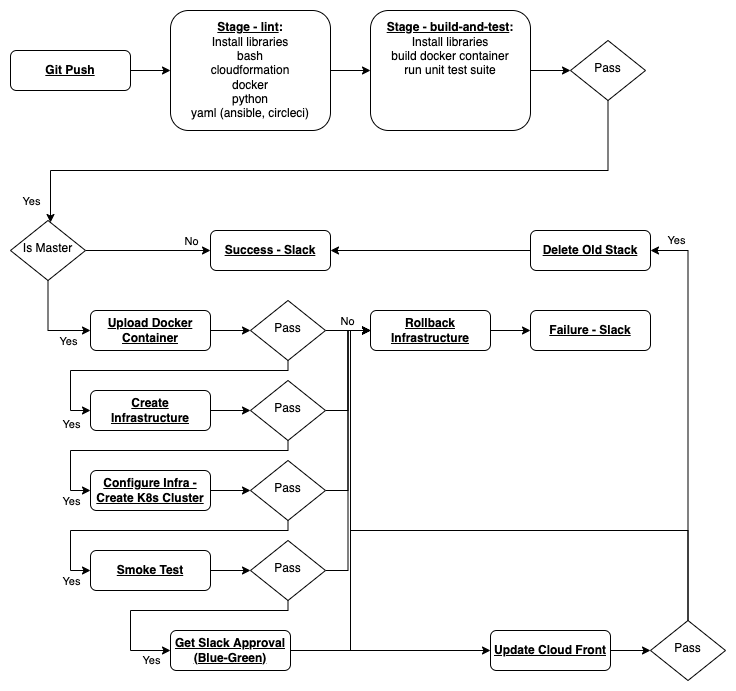
This is docs/pipeline.png from johnnynguyen541/webscraper-devops, a draw.io export, as it was before one commit. Source tidied: cells renumbered, new cells last; positions are measured from the earlier drawing's top-left corner, leaving out a move shared by most shapes.
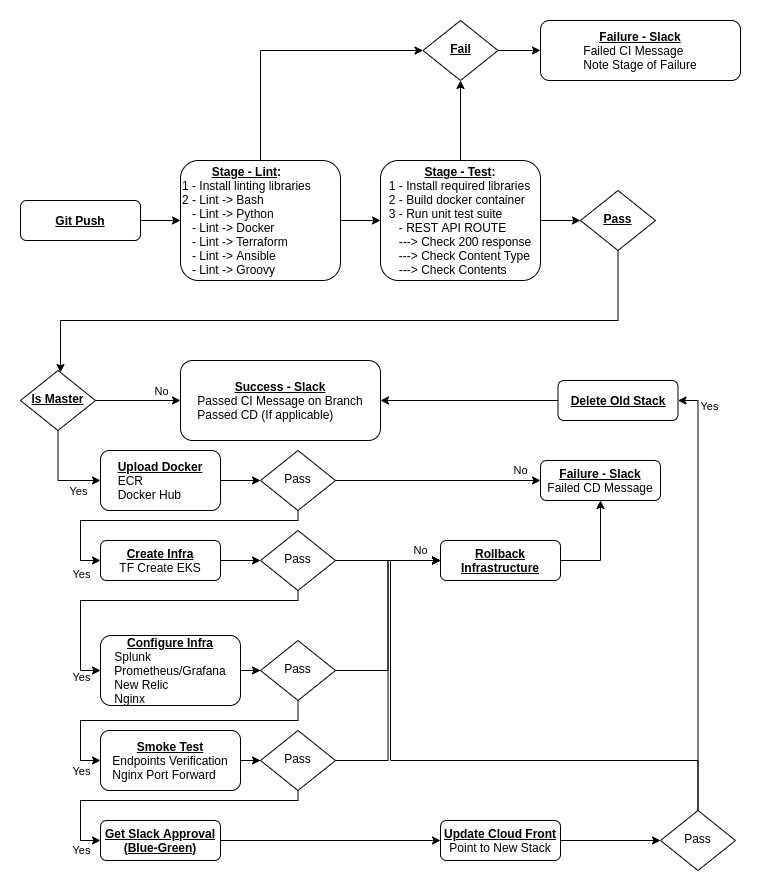
After the commit.

Change to the diagram source:
```diff
@@ -11,19 +11,29 @@
     <mxCell id="4" style="edgeStyle=orthogonalEdgeStyle;rounded=0;jettySize=auto;html=1;entryX=0;entryY=0.5;entryDx=0;entryDy=0;" parent="1" edge="1" source="5" target="9">
       <mxGeometry relative="1" as="geometry" />
     </mxCell>
+    <mxCell id="54" style="edgeStyle=orthogonalEdgeStyle;rounded=0;jettySize=auto;html=1;entryX=0;entryY=0.5;entryDx=0;entryDy=0;" parent="1" edge="1" source="5" target="57">
+      <mxGeometry relative="1" as="geometry">
+        <Array as="points">
+          <mxPoint x="240" y="-110" />
+        </Array>
+      </mxGeometry>
+    </mxCell>
-    <mxCell id="5" value="&lt;b&gt;&lt;u&gt;Stage - lint&lt;/u&gt;:&lt;br&gt;&lt;/b&gt;Install libraries&lt;br&gt;bash&lt;br&gt;cloudformation&lt;br&gt;docker&lt;br&gt;python&lt;br&gt;yaml (ansible, circleci)" style="rounded=1;whiteSpace=wrap;html=1;fontSize=12;glass=0;strokeWidth=1;shadow=0;" parent="1" vertex="1">
+    <mxCell id="5" value="&lt;div style=&quot;text-align: center&quot;&gt;&lt;b&gt;&lt;u&gt;Stage - Lint&lt;/u&gt;:&lt;/b&gt;&lt;/div&gt;&lt;div&gt;&lt;span&gt;1 - Install linting libraries&lt;/span&gt;&lt;/div&gt;2 - Lint -&amp;gt; Bash&lt;br&gt;&lt;span style=&quot;text-align: center&quot;&gt;&amp;nbsp; &amp;nbsp;- Lint -&amp;gt; P&lt;/span&gt;ython&lt;br&gt;&lt;span style=&quot;text-align: center&quot;&gt;&amp;nbsp; &amp;nbsp;- Lint&amp;nbsp;-&amp;gt; D&lt;/span&gt;ocker&lt;br&gt;&lt;span style=&quot;text-align: center&quot;&gt;&amp;nbsp; &amp;nbsp;- Lint -&amp;gt; Terraform&lt;br&gt;&lt;/span&gt;&lt;span style=&quot;text-align: center&quot;&gt;&amp;nbsp; &amp;nbsp;- Lint -&amp;gt; Ansible&lt;/span&gt;&lt;br&gt;&lt;span style=&quot;text-align: center&quot;&gt;&amp;nbsp; &amp;nbsp;- Lint -&amp;gt; Groovy&lt;/span&gt;" style="rounded=1;whiteSpace=wrap;html=1;fontSize=12;glass=0;strokeWidth=1;shadow=0;align=left;" parent="1" vertex="1">
       <mxGeometry x="160" width="160" height="120" as="geometry" />
     </mxCell>
-    <mxCell id="6" value="&lt;b&gt;&lt;u&gt;Failure - Slack&lt;/u&gt;&lt;/b&gt;" style="rounded=1;whiteSpace=wrap;html=1;fontSize=12;glass=0;strokeWidth=1;shadow=0;" parent="1" vertex="1">
+    <mxCell id="6" value="&lt;u style=&quot;font-weight: bold&quot;&gt;Failure - Slack&lt;/u&gt;&lt;br&gt;&lt;div style=&quot;text-align: left&quot;&gt;Failed CD Message&lt;/div&gt;" style="rounded=1;whiteSpace=wrap;html=1;fontSize=12;glass=0;strokeWidth=1;shadow=0;" parent="1" vertex="1">
       <mxGeometry x="520" y="300" width="120" height="40" as="geometry" />
     </mxCell>
-    <mxCell id="7" value="&lt;b&gt;&lt;u&gt;Success - Slack&lt;/u&gt;&lt;/b&gt;" style="rounded=1;whiteSpace=wrap;html=1;fontSize=12;glass=0;strokeWidth=1;shadow=0;" parent="1" vertex="1">
-      <mxGeometry x="200" y="220" width="120" height="40" as="geometry" />
+    <mxCell id="7" value="&lt;u style=&quot;font-weight: bold&quot;&gt;Success - Slack&lt;/u&gt;&lt;br&gt;&lt;div style=&quot;text-align: left&quot;&gt;Passed CI Message on Branch&lt;/div&gt;&lt;div style=&quot;text-align: left&quot;&gt;Passed CD (If applicable)&lt;/div&gt;" style="rounded=1;whiteSpace=wrap;html=1;fontSize=12;glass=0;strokeWidth=1;shadow=0;" parent="1" vertex="1">
+      <mxGeometry x="160" y="200" width="200" height="80" as="geometry" />
     </mxCell>
     <mxCell id="8" style="edgeStyle=orthogonalEdgeStyle;rounded=0;jettySize=auto;html=1;" parent="1" edge="1" source="9" target="12">
       <mxGeometry relative="1" as="geometry" />
     </mxCell>
+    <mxCell id="55" style="edgeStyle=orthogonalEdgeStyle;rounded=0;jettySize=auto;html=1;" parent="1" edge="1" source="9" target="57">
+      <mxGeometry relative="1" as="geometry" />
+    </mxCell>
-    <mxCell id="9" value="&lt;b&gt;&lt;u&gt;Stage - build-and-test&lt;/u&gt;:&lt;br&gt;&lt;/b&gt;Install libraries&lt;br&gt;build docker container&lt;br&gt;run unit test suite&lt;br&gt;&lt;br&gt;&lt;br&gt;&lt;br&gt;" style="rounded=1;whiteSpace=wrap;html=1;fontSize=12;glass=0;strokeWidth=1;shadow=0;" parent="1" vertex="1">
+    <mxCell id="9" value="&lt;b&gt;&lt;u&gt;Stage - Test&lt;/u&gt;:&lt;br&gt;&lt;div style=&quot;text-align: left&quot;&gt;&lt;span style=&quot;font-weight: normal&quot;&gt;1 - Install required libraries&lt;/span&gt;&lt;/div&gt;&lt;/b&gt;&lt;div style=&quot;text-align: left&quot;&gt;&lt;span&gt;2 - Build docker container&lt;/span&gt;&lt;/div&gt;&lt;div style=&quot;text-align: left&quot;&gt;&lt;span&gt;3 - Run unit test suite&lt;/span&gt;&lt;/div&gt;&lt;div style=&quot;text-align: left&quot;&gt;&lt;span&gt;&amp;nbsp; &amp;nbsp;- REST API ROUTE&lt;/span&gt;&lt;/div&gt;&lt;div style=&quot;text-align: left&quot;&gt;&lt;div&gt;&amp;nbsp; &amp;nbsp;---&amp;gt; Check 200 response&lt;/div&gt;&lt;div&gt;&amp;nbsp; &amp;nbsp;---&amp;gt; Check Content Type&lt;/div&gt;&lt;div&gt;&amp;nbsp; &amp;nbsp;---&amp;gt; Check Contents&lt;/div&gt;&lt;/div&gt;" style="rounded=1;whiteSpace=wrap;html=1;fontSize=12;glass=0;strokeWidth=1;shadow=0;" parent="1" vertex="1">
       <mxGeometry x="360" width="160" height="120" as="geometry" />
     </mxCell>
     <mxCell id="10" style="edgeStyle=orthogonalEdgeStyle;rounded=0;jettySize=auto;html=1;" parent="1" edge="1" source="12" target="17">
@@ -34,12 +44,7 @@
         </Array>
       </mxGeometry>
     </mxCell>
-    <mxCell id="11" value="Yes" style="edgeLabel;html=1;align=center;verticalAlign=middle;" parent="10" vertex="1">
-      <mxGeometry x="0.75" relative="1" as="geometry">
-        <mxPoint x="-54" y="30" as="offset" />
-      </mxGeometry>
-    </mxCell>
-    <mxCell id="12" value="Pass" style="rhombus;whiteSpace=wrap;html=1;shadow=0;fontFamily=Helvetica;fontSize=12;align=center;strokeWidth=1;spacing=6;spacingTop=-4;" parent="1" vertex="1">
+    <mxCell id="12" value="&lt;b&gt;&lt;u&gt;Pass&lt;/u&gt;&lt;/b&gt;" style="rhombus;whiteSpace=wrap;html=1;shadow=0;fontFamily=Helvetica;fontSize=12;align=center;strokeWidth=1;spacing=6;spacingTop=-4;" parent="1" vertex="1">
       <mxGeometry x="560" y="30" width="75" height="60" as="geometry" />
     </mxCell>
     <mxCell id="13" style="edgeStyle=orthogonalEdgeStyle;rounded=0;jettySize=auto;html=1;" parent="1" edge="1" source="17" target="7">
@@ -47,7 +52,7 @@
     </mxCell>
     <mxCell id="14" value="No" style="edgeLabel;html=1;align=center;verticalAlign=middle;" parent="13" vertex="1">
       <mxGeometry x="0.15" y="-3" relative="1" as="geometry">
-        <mxPoint x="33" y="-13" as="offset" />
+        <mxPoint x="16" y="-13" as="offset" />
       </mxGeometry>
     </mxCell>
     <mxCell id="15" style="edgeStyle=orthogonalEdgeStyle;rounded=0;jettySize=auto;html=1;entryX=0;entryY=0.5;entryDx=0;entryDy=0;" parent="1" edge="1" source="17" target="19">
@@ -62,23 +67,15 @@
         <mxPoint x="1" y="14" as="offset" />
       </mxGeometry>
     </mxCell>
-    <mxCell id="17" value="Is Master" style="rhombus;whiteSpace=wrap;html=1;shadow=0;fontFamily=Helvetica;fontSize=12;align=center;strokeWidth=1;spacing=6;spacingTop=-4;" parent="1" vertex="1">
+    <mxCell id="17" value="&lt;b&gt;&lt;u&gt;Is Master&lt;/u&gt;&lt;/b&gt;" style="rhombus;whiteSpace=wrap;html=1;shadow=0;fontFamily=Helvetica;fontSize=12;align=center;strokeWidth=1;spacing=6;spacingTop=-4;" parent="1" vertex="1">
       <mxGeometry y="210" width="75" height="60" as="geometry" />
     </mxCell>
     <mxCell id="18" style="edgeStyle=orthogonalEdgeStyle;rounded=0;jettySize=auto;html=1;" parent="1" edge="1" source="19" target="24">
       <mxGeometry relative="1" as="geometry" />
     </mxCell>
-    <mxCell id="19" value="&lt;b&gt;&lt;u&gt;Upload Docker Container&lt;/u&gt;&lt;/b&gt;" style="rounded=1;whiteSpace=wrap;html=1;fontSize=12;glass=0;strokeWidth=1;shadow=0;" parent="1" vertex="1">
-      <mxGeometry x="80" y="300" width="120" height="40" as="geometry" />
+    <mxCell id="19" value="&lt;u style=&quot;font-weight: bold&quot;&gt;Upload Docker&lt;/u&gt;&lt;br&gt;&lt;div style=&quot;text-align: left&quot;&gt;&lt;span&gt;ECR&lt;/span&gt;&lt;/div&gt;&lt;div style=&quot;text-align: left&quot;&gt;&lt;span&gt;Docker Hub&lt;/span&gt;&lt;/div&gt;" style="rounded=1;whiteSpace=wrap;html=1;fontSize=12;glass=0;strokeWidth=1;shadow=0;" parent="1" vertex="1">
+      <mxGeometry x="80" y="290" width="120" height="60" as="geometry" />
     </mxCell>
-    <mxCell id="20" style="edgeStyle=orthogonalEdgeStyle;rounded=0;jettySize=auto;html=1;entryX=0;entryY=0.5;entryDx=0;entryDy=0;" parent="1" edge="1" source="24" target="26">
-      <mxGeometry relative="1" as="geometry" />
-    </mxCell>
-    <mxCell id="21" value="No" style="edgeLabel;html=1;align=center;verticalAlign=middle;" parent="20" vertex="1">
-      <mxGeometry x="-0.07" relative="1" as="geometry">
-        <mxPoint y="-10" as="offset" />
-      </mxGeometry>
-    </mxCell>
     <mxCell id="22" style="edgeStyle=orthogonalEdgeStyle;rounded=0;jettySize=auto;html=1;entryX=0;entryY=0.5;entryDx=0;entryDy=0;" parent="1" edge="1" source="24" target="28">
       <mxGeometry relative="1" as="geometry">
         <Array as="points">
@@ -93,30 +90,37 @@
         <mxPoint x="2" y="42" as="offset" />
       </mxGeometry>
     </mxCell>
+    <mxCell id="21" value="No" style="edgeStyle=orthogonalEdgeStyle;rounded=0;jettySize=auto;html=1;" parent="1" edge="1" source="24" target="6">
+      <mxGeometry x="0.8" y="10" relative="1" as="geometry" />
+    </mxCell>
     <mxCell id="24" value="Pass" style="rhombus;whiteSpace=wrap;html=1;shadow=0;fontFamily=Helvetica;fontSize=12;align=center;strokeWidth=1;spacing=6;spacingTop=-4;" parent="1" vertex="1">
       <mxGeometry x="240" y="290" width="75" height="60" as="geometry" />
     </mxCell>
-    <mxCell id="25" style="edgeStyle=orthogonalEdgeStyle;rounded=0;jettySize=auto;html=1;" parent="1" edge="1" source="26" target="6">
-      <mxGeometry relative="1" as="geometry" />
+    <mxCell id="25" style="edgeStyle=orthogonalEdgeStyle;rounded=0;jettySize=auto;html=1;entryX=0.5;entryY=1;entryDx=0;entryDy=0;" parent="1" edge="1" source="26" target="6">
+      <mxGeometry relative="1" as="geometry">
+        <Array as="points">
+          <mxPoint x="580" y="400" />
+        </Array>
+      </mxGeometry>
     </mxCell>
     <mxCell id="26" value="&lt;b&gt;&lt;u&gt;Rollback Infrastructure&lt;/u&gt;&lt;/b&gt;" style="rounded=1;whiteSpace=wrap;html=1;fontSize=12;glass=0;strokeWidth=1;shadow=0;" parent="1" vertex="1">
-      <mxGeometry x="360" y="300" width="120" height="40" as="geometry" />
+      <mxGeometry x="420" y="380" width="120" height="40" as="geometry" />
     </mxCell>
     <mxCell id="27" style="edgeStyle=orthogonalEdgeStyle;rounded=0;jettySize=auto;html=1;" parent="1" edge="1" source="28" target="32">
       <mxGeometry relative="1" as="geometry" />
     </mxCell>
-    <mxCell id="28" value="&lt;b&gt;&lt;u&gt;Create Infrastructure&lt;/u&gt;&lt;/b&gt;" style="rounded=1;whiteSpace=wrap;html=1;fontSize=12;glass=0;strokeWidth=1;shadow=0;" parent="1" vertex="1">
+    <mxCell id="28" value="&lt;span style=&quot;font-weight: bold&quot;&gt;&lt;u&gt;Create Infra&lt;/u&gt;&lt;br&gt;&lt;div style=&quot;text-align: left&quot;&gt;&lt;span style=&quot;font-weight: normal&quot;&gt;TF Create EKS&lt;/span&gt;&lt;/div&gt;&lt;/span&gt;" style="rounded=1;whiteSpace=wrap;html=1;fontSize=12;glass=0;strokeWidth=1;shadow=0;" parent="1" vertex="1">
       <mxGeometry x="80" y="380" width="120" height="40" as="geometry" />
     </mxCell>
-    <mxCell id="29" style="edgeStyle=orthogonalEdgeStyle;rounded=0;jettySize=auto;html=1;entryX=0;entryY=0.5;entryDx=0;entryDy=0;" parent="1" edge="1" source="32" target="26">
-      <mxGeometry relative="1" as="geometry" />
+    <mxCell id="29" value="No" style="edgeStyle=orthogonalEdgeStyle;rounded=0;jettySize=auto;html=1;entryX=0;entryY=0.5;entryDx=0;entryDy=0;" parent="1" edge="1" source="32" target="26">
+      <mxGeometry x="0.62" y="10" relative="1" as="geometry" />
     </mxCell>
     <mxCell id="30" style="edgeStyle=orthogonalEdgeStyle;rounded=0;jettySize=auto;html=1;entryX=0;entryY=0.5;entryDx=0;entryDy=0;" parent="1" edge="1" source="32" target="34">
       <mxGeometry relative="1" as="geometry">
         <Array as="points">
           <mxPoint x="278" y="440" />
           <mxPoint x="60" y="440" />
-          <mxPoint x="60" y="480" />
+          <mxPoint x="60" y="510" />
         </Array>
       </mxGeometry>
     </mxCell>
@@ -131,90 +135,91 @@
     <mxCell id="33" style="edgeStyle=orthogonalEdgeStyle;rounded=0;jettySize=auto;html=1;" parent="1" edge="1" source="34" target="37">
       <mxGeometry relative="1" as="geometry" />
     </mxCell>
-    <mxCell id="34" value="&lt;b&gt;&lt;u&gt;Configure Infra - Create K8s Cluster&lt;/u&gt;&lt;/b&gt;" style="rounded=1;whiteSpace=wrap;html=1;fontSize=12;glass=0;strokeWidth=1;shadow=0;" parent="1" vertex="1">
-      <mxGeometry x="80" y="460" width="120" height="40" as="geometry" />
+    <mxCell id="34" value="&lt;u style=&quot;font-weight: bold&quot;&gt;Configure Infra&lt;/u&gt;&lt;br&gt;&lt;div style=&quot;text-align: left&quot;&gt;&lt;span&gt;Splunk&lt;/span&gt;&lt;/div&gt;&lt;div style=&quot;text-align: left&quot;&gt;&lt;span&gt;Prometheus/Grafana&lt;/span&gt;&lt;/div&gt;&lt;div style=&quot;text-align: left&quot;&gt;&lt;span&gt;New Relic&lt;/span&gt;&lt;/div&gt;&lt;div style=&quot;text-align: left&quot;&gt;&lt;span&gt;Nginx&lt;/span&gt;&lt;/div&gt;" style="rounded=1;whiteSpace=wrap;html=1;fontSize=12;glass=0;strokeWidth=1;shadow=0;" parent="1" vertex="1">
+      <mxGeometry x="80" y="475" width="140" height="70" as="geometry" />
     </mxCell>
+    <mxCell id="36" style="edgeStyle=orthogonalEdgeStyle;rounded=0;jettySize=auto;html=1;entryX=0;entryY=0.5;entryDx=0;entryDy=0;" parent="1" edge="1" source="37" target="50">
+      <mxGeometry relative="1" as="geometry">
+        <Array as="points">
+          <mxPoint x="278" y="560" />
+          <mxPoint x="60" y="560" />
+          <mxPoint x="60" y="600" />
+        </Array>
+      </mxGeometry>
+    </mxCell>
     <mxCell id="35" style="edgeStyle=orthogonalEdgeStyle;rounded=0;jettySize=auto;html=1;entryX=0;entryY=0.5;entryDx=0;entryDy=0;" parent="1" edge="1" source="37" target="26">
       <mxGeometry relative="1" as="geometry" />
     </mxCell>
-    <mxCell id="36" style="edgeStyle=orthogonalEdgeStyle;rounded=0;jettySize=auto;html=1;entryX=0;entryY=0.5;entryDx=0;entryDy=0;" parent="1" edge="1" source="37" target="50">
-      <mxGeometry relative="1" as="geometry">
-        <Array as="points">
-          <mxPoint x="278" y="520" />
-          <mxPoint x="60" y="520" />
-          <mxPoint x="60" y="560" />
-        </Array>
-      </mxGeometry>
-    </mxCell>
     <mxCell id="37" value="Pass" style="rhombus;whiteSpace=wrap;html=1;shadow=0;fontFamily=Helvetica;fontSize=12;align=center;strokeWidth=1;spacing=6;spacingTop=-4;" parent="1" vertex="1">
-      <mxGeometry x="240" y="450" width="75" height="60" as="geometry" />
+      <mxGeometry x="240" y="480" width="75" height="60" as="geometry" />
     </mxCell>
-    <mxCell id="38" style="edgeStyle=orthogonalEdgeStyle;rounded=0;jettySize=auto;html=1;entryX=0;entryY=0.5;entryDx=0;entryDy=0;" parent="1" edge="1" source="40" target="26">
-      <mxGeometry relative="1" as="geometry">
-        <Array as="points">
-          <mxPoint x="340" y="640" />
-          <mxPoint x="340" y="320" />
-        </Array>
-      </mxGeometry>
-    </mxCell>
     <mxCell id="39" style="edgeStyle=orthogonalEdgeStyle;rounded=0;jettySize=auto;html=1;" parent="1" edge="1" source="40" target="42">
       <mxGeometry relative="1" as="geometry" />
     </mxCell>
     <mxCell id="40" value="&lt;b&gt;&lt;u&gt;Get Slack Approval&lt;br&gt;(Blue-Green)&lt;br&gt;&lt;/u&gt;&lt;/b&gt;" style="rounded=1;whiteSpace=wrap;html=1;fontSize=12;glass=0;strokeWidth=1;shadow=0;" parent="1" vertex="1">
-      <mxGeometry x="160" y="620" width="120" height="40" as="geometry" />
+      <mxGeometry x="80" y="660" width="120" height="40" as="geometry" />
     </mxCell>
-    <mxCell id="41" style="edgeStyle=orthogonalEdgeStyle;rounded=0;jettySize=auto;html=1;entryX=0;entryY=0.5;entryDx=0;entryDy=0;" parent="1" edge="1" source="42" target="45">
+    <mxCell id="41" style="edgeStyle=orthogonalEdgeStyle;rounded=0;jettySize=auto;html=1;" parent="1" edge="1" source="42" target="45">
       <mxGeometry relative="1" as="geometry" />
     </mxCell>
-    <mxCell id="42" value="&lt;b&gt;&lt;u&gt;Update Cloud Front&lt;/u&gt;&lt;/b&gt;" style="rounded=1;whiteSpace=wrap;html=1;fontSize=12;glass=0;strokeWidth=1;shadow=0;" parent="1" vertex="1">
-      <mxGeometry x="480" y="620" width="120" height="40" as="geometry" />
+    <mxCell id="42" value="&lt;u style=&quot;font-weight: bold&quot;&gt;Update Cloud Front&lt;/u&gt;&lt;br&gt;Point to New Stack" style="rounded=1;whiteSpace=wrap;html=1;fontSize=12;glass=0;strokeWidth=1;shadow=0;" parent="1" vertex="1">
+      <mxGeometry x="420" y="660" width="120" height="40" as="geometry" />
     </mxCell>
+    <mxCell id="44" value="Yes" style="edgeStyle=orthogonalEdgeStyle;rounded=0;jettySize=auto;html=1;entryX=1;entryY=0.5;entryDx=0;entryDy=0;" parent="1" edge="1" source="45" target="47">
+      <mxGeometry x="0.88" y="-10" relative="1" as="geometry">
+        <mxPoint x="1" as="offset" />
+      </mxGeometry>
+    </mxCell>
     <mxCell id="43" style="edgeStyle=orthogonalEdgeStyle;rounded=0;jettySize=auto;html=1;entryX=0;entryY=0.5;entryDx=0;entryDy=0;" parent="1" edge="1" source="45" target="26">
       <mxGeometry relative="1" as="geometry">
         <Array as="points">
-          <mxPoint x="678" y="520" />
-          <mxPoint x="340" y="520" />
-          <mxPoint x="340" y="320" />
+          <mxPoint x="678" y="600" />
+          <mxPoint x="370" y="600" />
+          <mxPoint x="370" y="400" />
         </Array>
       </mxGeometry>
     </mxCell>
-    <mxCell id="44" value="Yes" style="edgeStyle=orthogonalEdgeStyle;rounded=0;jettySize=auto;html=1;entryX=1;entryY=0.5;entryDx=0;entryDy=0;" parent="1" edge="1" source="45" target="47">
-      <mxGeometry x="0.88" y="-10" relative="1" as="geometry">
-        <mxPoint x="1" as="offset" />
-      </mxGeometry>
-    </mxCell>
     <mxCell id="45" value="Pass" style="rhombus;whiteSpace=wrap;html=1;shadow=0;fontFamily=Helvetica;fontSize=12;align=center;strokeWidth=1;spacing=6;spacingTop=-4;" parent="1" vertex="1">
-      <mxGeometry x="640" y="610" width="75" height="60" as="geometry" />
+      <mxGeometry x="640" y="650" width="75" height="60" as="geometry" />
     </mxCell>
     <mxCell id="46" style="edgeStyle=orthogonalEdgeStyle;rounded=0;jettySize=auto;html=1;" parent="1" edge="1" source="47" target="7">
       <mxGeometry relative="1" as="geometry" />
     </mxCell>
     <mxCell id="47" value="&lt;b&gt;&lt;u&gt;Delete Old Stack&lt;/u&gt;&lt;/b&gt;" style="rounded=1;whiteSpace=wrap;html=1;fontSize=12;glass=0;strokeWidth=1;shadow=0;" parent="1" vertex="1">
-      <mxGeometry x="520" y="220" width="120" height="40" as="geometry" />
+      <mxGeometry x="537.5" y="220" width="120" height="40" as="geometry" />
     </mxCell>
     <mxCell id="48" value="Yes" style="edgeLabel;html=1;align=center;verticalAlign=middle;" parent="1" vertex="1">
-      <mxGeometry x="60" y="570.5" as="geometry" />
+      <mxGeometry x="60" y="610.5" as="geometry" />
     </mxCell>
     <mxCell id="49" style="edgeStyle=orthogonalEdgeStyle;rounded=0;jettySize=auto;html=1;" parent="1" edge="1" source="50" target="53">
       <mxGeometry relative="1" as="geometry" />
     </mxCell>
-    <mxCell id="50" value="&lt;b&gt;&lt;u&gt;Smoke Test&lt;/u&gt;&lt;/b&gt;" style="rounded=1;whiteSpace=wrap;html=1;fontSize=12;glass=0;strokeWidth=1;shadow=0;" parent="1" vertex="1">
-      <mxGeometry x="80" y="540" width="120" height="40" as="geometry" />
+    <mxCell id="50" value="&lt;u style=&quot;font-weight: bold&quot;&gt;Smoke Test&lt;/u&gt;&lt;br&gt;&lt;div style=&quot;text-align: left&quot;&gt;&lt;span&gt;Endpoints Verification&lt;/span&gt;&lt;/div&gt;&lt;div style=&quot;text-align: left&quot;&gt;&lt;span&gt;Nginx Port Forward&lt;/span&gt;&lt;/div&gt;" style="rounded=1;whiteSpace=wrap;html=1;fontSize=12;glass=0;strokeWidth=1;shadow=0;" parent="1" vertex="1">
+      <mxGeometry x="80" y="570" width="140" height="60" as="geometry" />
     </mxCell>
+    <mxCell id="52" value="Yes" style="edgeStyle=orthogonalEdgeStyle;rounded=0;jettySize=auto;html=1;entryX=0;entryY=0.5;entryDx=0;entryDy=0;" parent="1" edge="1" source="53" target="40">
+      <mxGeometry x="0.86" y="-10" relative="1" as="geometry">
+        <Array as="points">
+          <mxPoint x="278" y="640" />
+          <mxPoint x="60" y="640" />
+          <mxPoint x="60" y="680" />
+        </Array>
+      </mxGeometry>
+    </mxCell>
     <mxCell id="51" style="edgeStyle=orthogonalEdgeStyle;rounded=0;jettySize=auto;html=1;entryX=0;entryY=0.5;entryDx=0;entryDy=0;" parent="1" edge="1" source="53" target="26">
       <mxGeometry relative="1" as="geometry" />
     </mxCell>
-    <mxCell id="52" value="Yes" style="edgeStyle=orthogonalEdgeStyle;rounded=0;jettySize=auto;html=1;entryX=0;entryY=0.5;entryDx=0;entryDy=0;" parent="1" edge="1" source="53" target="40">
-      <mxGeometry x="0.84" y="-10" relative="1" as="geometry">
-        <Array as="points">
-          <mxPoint x="278" y="600" />
-          <mxPoint x="120" y="600" />
-          <mxPoint x="120" y="640" />
-        </Array>
-      </mxGeometry>
-    </mxCell>
     <mxCell id="53" value="Pass" style="rhombus;whiteSpace=wrap;html=1;shadow=0;fontFamily=Helvetica;fontSize=12;align=center;strokeWidth=1;spacing=6;spacingTop=-4;" parent="1" vertex="1">
-      <mxGeometry x="240" y="530" width="75" height="60" as="geometry" />
+      <mxGeometry x="240" y="570" width="75" height="60" as="geometry" />
     </mxCell>
+    <mxCell id="56" style="edgeStyle=orthogonalEdgeStyle;rounded=0;jettySize=auto;html=1;" parent="1" edge="1" source="57" target="58">
+      <mxGeometry relative="1" as="geometry" />
+    </mxCell>
+    <mxCell id="57" value="&lt;b&gt;&lt;u&gt;Fail&lt;/u&gt;&lt;/b&gt;" style="rhombus;whiteSpace=wrap;html=1;shadow=0;fontFamily=Helvetica;fontSize=12;align=center;strokeWidth=1;spacing=6;spacingTop=-4;" parent="1" vertex="1">
+      <mxGeometry x="402.5" y="-140" width="75" height="60" as="geometry" />
+    </mxCell>
+    <mxCell id="58" value="&lt;u style=&quot;font-weight: bold&quot;&gt;Failure - Slack&lt;/u&gt;&lt;br&gt;&lt;div style=&quot;text-align: left&quot;&gt;Failed CI Message&lt;/div&gt;&lt;div style=&quot;text-align: left&quot;&gt;Note Stage of Failure&lt;/div&gt;" style="rounded=1;whiteSpace=wrap;html=1;fontSize=12;glass=0;strokeWidth=1;shadow=0;" parent="1" vertex="1">
+      <mxGeometry x="520" y="-140" width="200" height="60" as="geometry" />
+    </mxCell>
   </root>
 </mxGraphModel>
```
